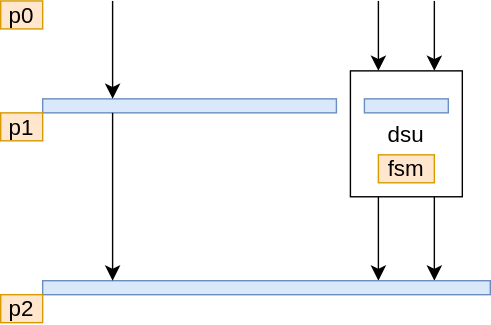
Before: de/fpu/include_f16div/f16div_uarch_rough.svg, a diagram exported from draw.io (jnjnliwenjie0022/obs). Source tidied: cells renumbered, new cells last; positions are measured from the earlier drawing's top-left corner, leaving out a move shared by most shapes.
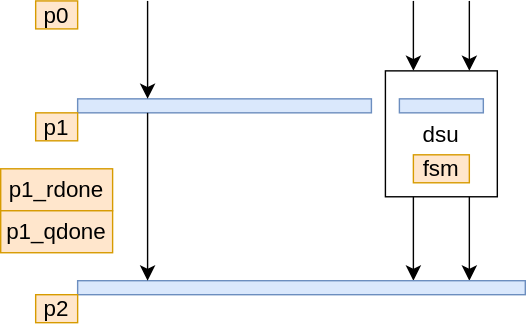
After the commit.

The edit, as a diff of the source:
```diff
@@ -58,5 +58,11 @@
     <mxCell id="15" style="rounded=0;whiteSpace=wrap;html=1;fontSize=16;fillColor=#dae8fc;strokeColor=#6c8ebf;" parent="1" vertex="1">
       <mxGeometry x="260" y="70" width="60" height="10" as="geometry" />
     </mxCell>
+    <mxCell id="16" value="p1_rdone" style="rounded=0;whiteSpace=wrap;html=1;fontSize=16;fillColor=#ffe6cc;strokeColor=#d79b00;" parent="1" vertex="1">
+      <mxGeometry x="-25" y="120" width="80" height="30" as="geometry" />
+    </mxCell>
+    <mxCell id="17" value="p1_qdone" style="rounded=0;whiteSpace=wrap;html=1;fontSize=16;fillColor=#ffe6cc;strokeColor=#d79b00;" parent="1" vertex="1">
+      <mxGeometry x="-25" y="150" width="80" height="30" as="geometry" />
+    </mxCell>
   </root>
 </mxGraphModel>
```
